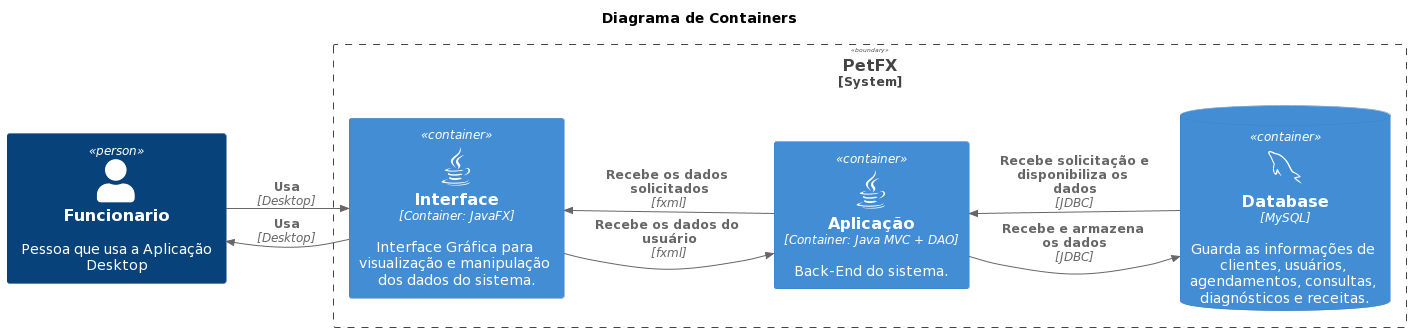
LucasEPaduam/PetFX keeps this PlantUML diagram as Diagramas C4 model/Diagrama em Imagens/PetFX_Diagrama de Conteiners_PlantUML.png. Above is the earlier version.
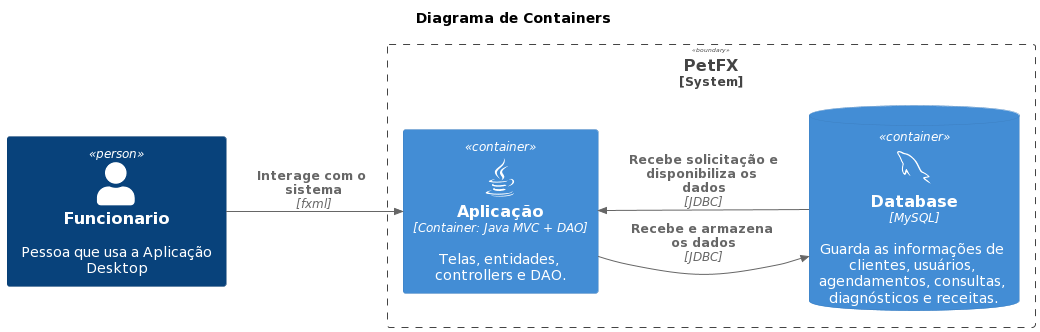
The same file after the commit.

Commit message:
atualizacao diagrama de containers

Diff of the diagram source:
```diff
@@ -15,16 +15,14 @@
 
 System_Boundary(PetFX, "PetFX") {
 
-        Container(java_fx,"Interface", "Container: JavaFX", "Interface Gráfica para visualização e manipulação dos dados do sistema.", $sprite="java")
-        Container(java_mvc,"Aplicação", "Container: Java MVC + DAO", "Back-End do sistema.", $sprite="java")
+
+        Container(java_mvc,"Aplicação", "Container: Java MVC + DAO", "Telas, entidades, controllers e DAO.", $sprite="java")
         ContainerDb(database, "Database", "MySQL", "Guarda as informações de clientes, usuários, agendamentos, consultas, diagnósticos e receitas.", $sprite="mysql")
 
 
-    Rel(funcionario, java_fx, "Usa", "Desktop")
-    Rel(java_fx, java_mvc, "Recebe os dados do usuário", "fxml")
+
+    Rel(funcionario, java_mvc, "Interage com o sistema", "fxml")
     Rel(java_mvc,database, "Recebe e armazena os dados", "JDBC")
-    Rel(java_fx,funcionario, "Usa", "Desktop")
-    Rel(java_mvc,java_fx, "Recebe os dados solicitados", "fxml")
     Rel(database,java_mvc, "Recebe solicitação e disponibiliza os dados", "JDBC")
 
 }
```
